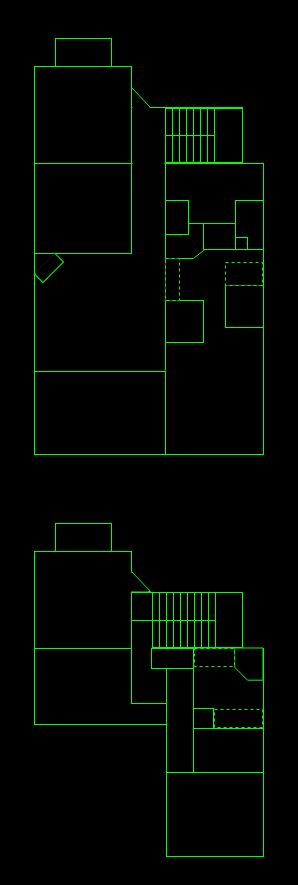
GaTechThomas/drawio keeps this draw.io diagram as KWD Home Assistant Floorplan.drawio. Above is the earlier version. Source tidied: cells renumbered, new cells numbered last; positions are measured from the earlier drawing's top-left corner, leaving out a move shared by most shapes. Both pictures are drawn from the tidied source at 100%, with x=0, y=0 at pixel (33, 38).
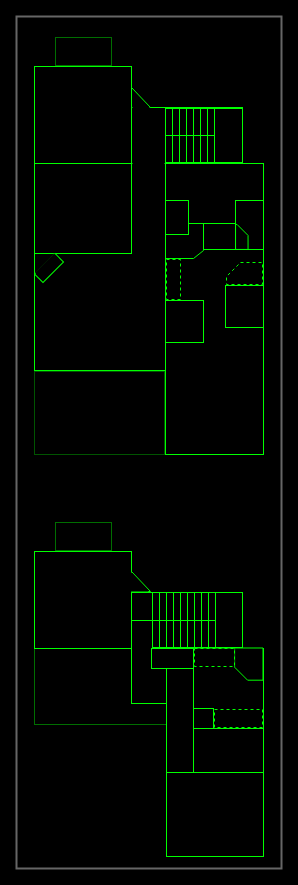
After the change.

Diff of the diagram source:
```diff
@@
+    <mxCell id="76" style="rounded=0;whiteSpace=wrap;html=1;fillColor=#000000;strokeWidth=2;strokeColor=#666666;" parent="1" vertex="1">
+      <mxGeometry x="-17" y="-22" width="265" height="852" as="geometry" />
+    </mxCell>
-    <mxCell id="2" style="rounded=0;whiteSpace=wrap;html=1;strokeColor=#00FF00;fillColor=#000000;" parent="1" vertex="1">
+    <mxCell id="2" style="rounded=0;whiteSpace=wrap;html=1;fillColor=#000000;strokeColor=#006E00;" parent="1" vertex="1">
       <mxGeometry x="1" y="583" width="132" height="103" as="geometry" />
     </mxCell>
@@
-    <mxCell id="6" style="endArrow=none;html=1;edgeStyle=orthogonalEdgeStyle;rounded=0;strokeColor=#00FF00;" parent="1" edge="1">
-      <mxGeometry relative="1" as="geometry">
-        <mxPoint x="132" y="332" as="sourcePoint" />
-        <mxPoint x="132" y="127" as="targetPoint" />
-      </mxGeometry>
-    </mxCell>
@@
     <mxCell id="14" style="rounded=0;whiteSpace=wrap;html=1;dashed=1;strokeColor=#00FF00;fillColor=#000000;" parent="1" vertex="1">
-      <mxGeometry x="132" y="220" width="14" height="42" as="geometry" />
+      <mxGeometry x="133" y="221" width="14" height="40" as="geometry" />
     </mxCell>
-    <mxCell id="15" style="rounded=0;whiteSpace=wrap;html=1;dashed=1;strokeColor=#00FF00;fillColor=#000000;" parent="1" vertex="1">
-      <mxGeometry x="192" y="224" width="37" height="23" as="geometry" />
-    </mxCell>
@@
-    <mxCell id="18" style="rounded=0;whiteSpace=wrap;html=1;strokeColor=#00FF00;fillColor=#000000;" parent="1" vertex="1">
-      <mxGeometry x="1" y="333" width="131" height="83" as="geometry" />
-    </mxCell>
-    <mxCell id="19" style="rounded=0;whiteSpace=wrap;html=1;strokeColor=#00FF00;fillColor=#000000;" parent="1" vertex="1">
-      <mxGeometry x="202" y="199" width="12" height="12" as="geometry" />
-    </mxCell>
@@
-    <mxCell id="22" style="rounded=0;whiteSpace=wrap;html=1;strokeColor=#00FF00;fillColor=#000000;" parent="1" vertex="1">
-      <mxGeometry x="22" width="56" height="28" as="geometry" />
+    <mxCell id="22" style="rounded=0;whiteSpace=wrap;html=1;fillColor=#000000;strokeColor=#006E00;" parent="1" vertex="1">
+      <mxGeometry x="22" y="-1" width="56" height="28" as="geometry" />
     </mxCell>
-    <mxCell id="23" style="rounded=0;whiteSpace=wrap;html=1;strokeColor=#00FF00;fillColor=#000000;" parent="1" vertex="1">
-      <mxGeometry x="22" y="485" width="56" height="28" as="geometry" />
+    <mxCell id="23" style="rounded=0;whiteSpace=wrap;html=1;fillColor=#000000;strokeColor=#006E00;" parent="1" vertex="1">
+      <mxGeometry x="22" y="484" width="56" height="28" as="geometry" />
     </mxCell>
@@
+    <mxCell id="77" style="rounded=0;whiteSpace=wrap;html=1;strokeColor=#00FF00;fillColor=none;" parent="1" vertex="1">
+      <mxGeometry x="132" y="125" width="98" height="291" as="geometry" />
+    </mxCell>
+    <mxCell id="78" style="rounded=0;whiteSpace=wrap;html=1;fillColor=#000000;strokeColor=#00FF00;" parent="1" vertex="1">
+      <mxGeometry x="1" y="332" width="131" height="83" as="geometry" />
+    </mxCell>
+    <mxCell id="18" style="rounded=0;whiteSpace=wrap;html=1;fillColor=#000000;strokeColor=#005400;" parent="1" vertex="1">
+      <mxGeometry x="1" y="333" width="130" height="83" as="geometry" />
+    </mxCell>
+    <mxCell id="79" style="shape=card;whiteSpace=wrap;html=1;strokeWidth=1;fillColor=none;size=14;dashed=1;strokeColor=#00FF00;" parent="1" vertex="1">
+      <mxGeometry x="193" y="224" width="36" height="22" as="geometry" />
+    </mxCell>
+    <mxCell id="80" style="shape=card;whiteSpace=wrap;html=1;strokeWidth=1;fillColor=none;size=11;strokeColor=#00FF00;rotation=90;" parent="1" vertex="1">
+      <mxGeometry x="195.8" y="192.2" width="25" height="12.5" as="geometry" />
+    </mxCell>
```
